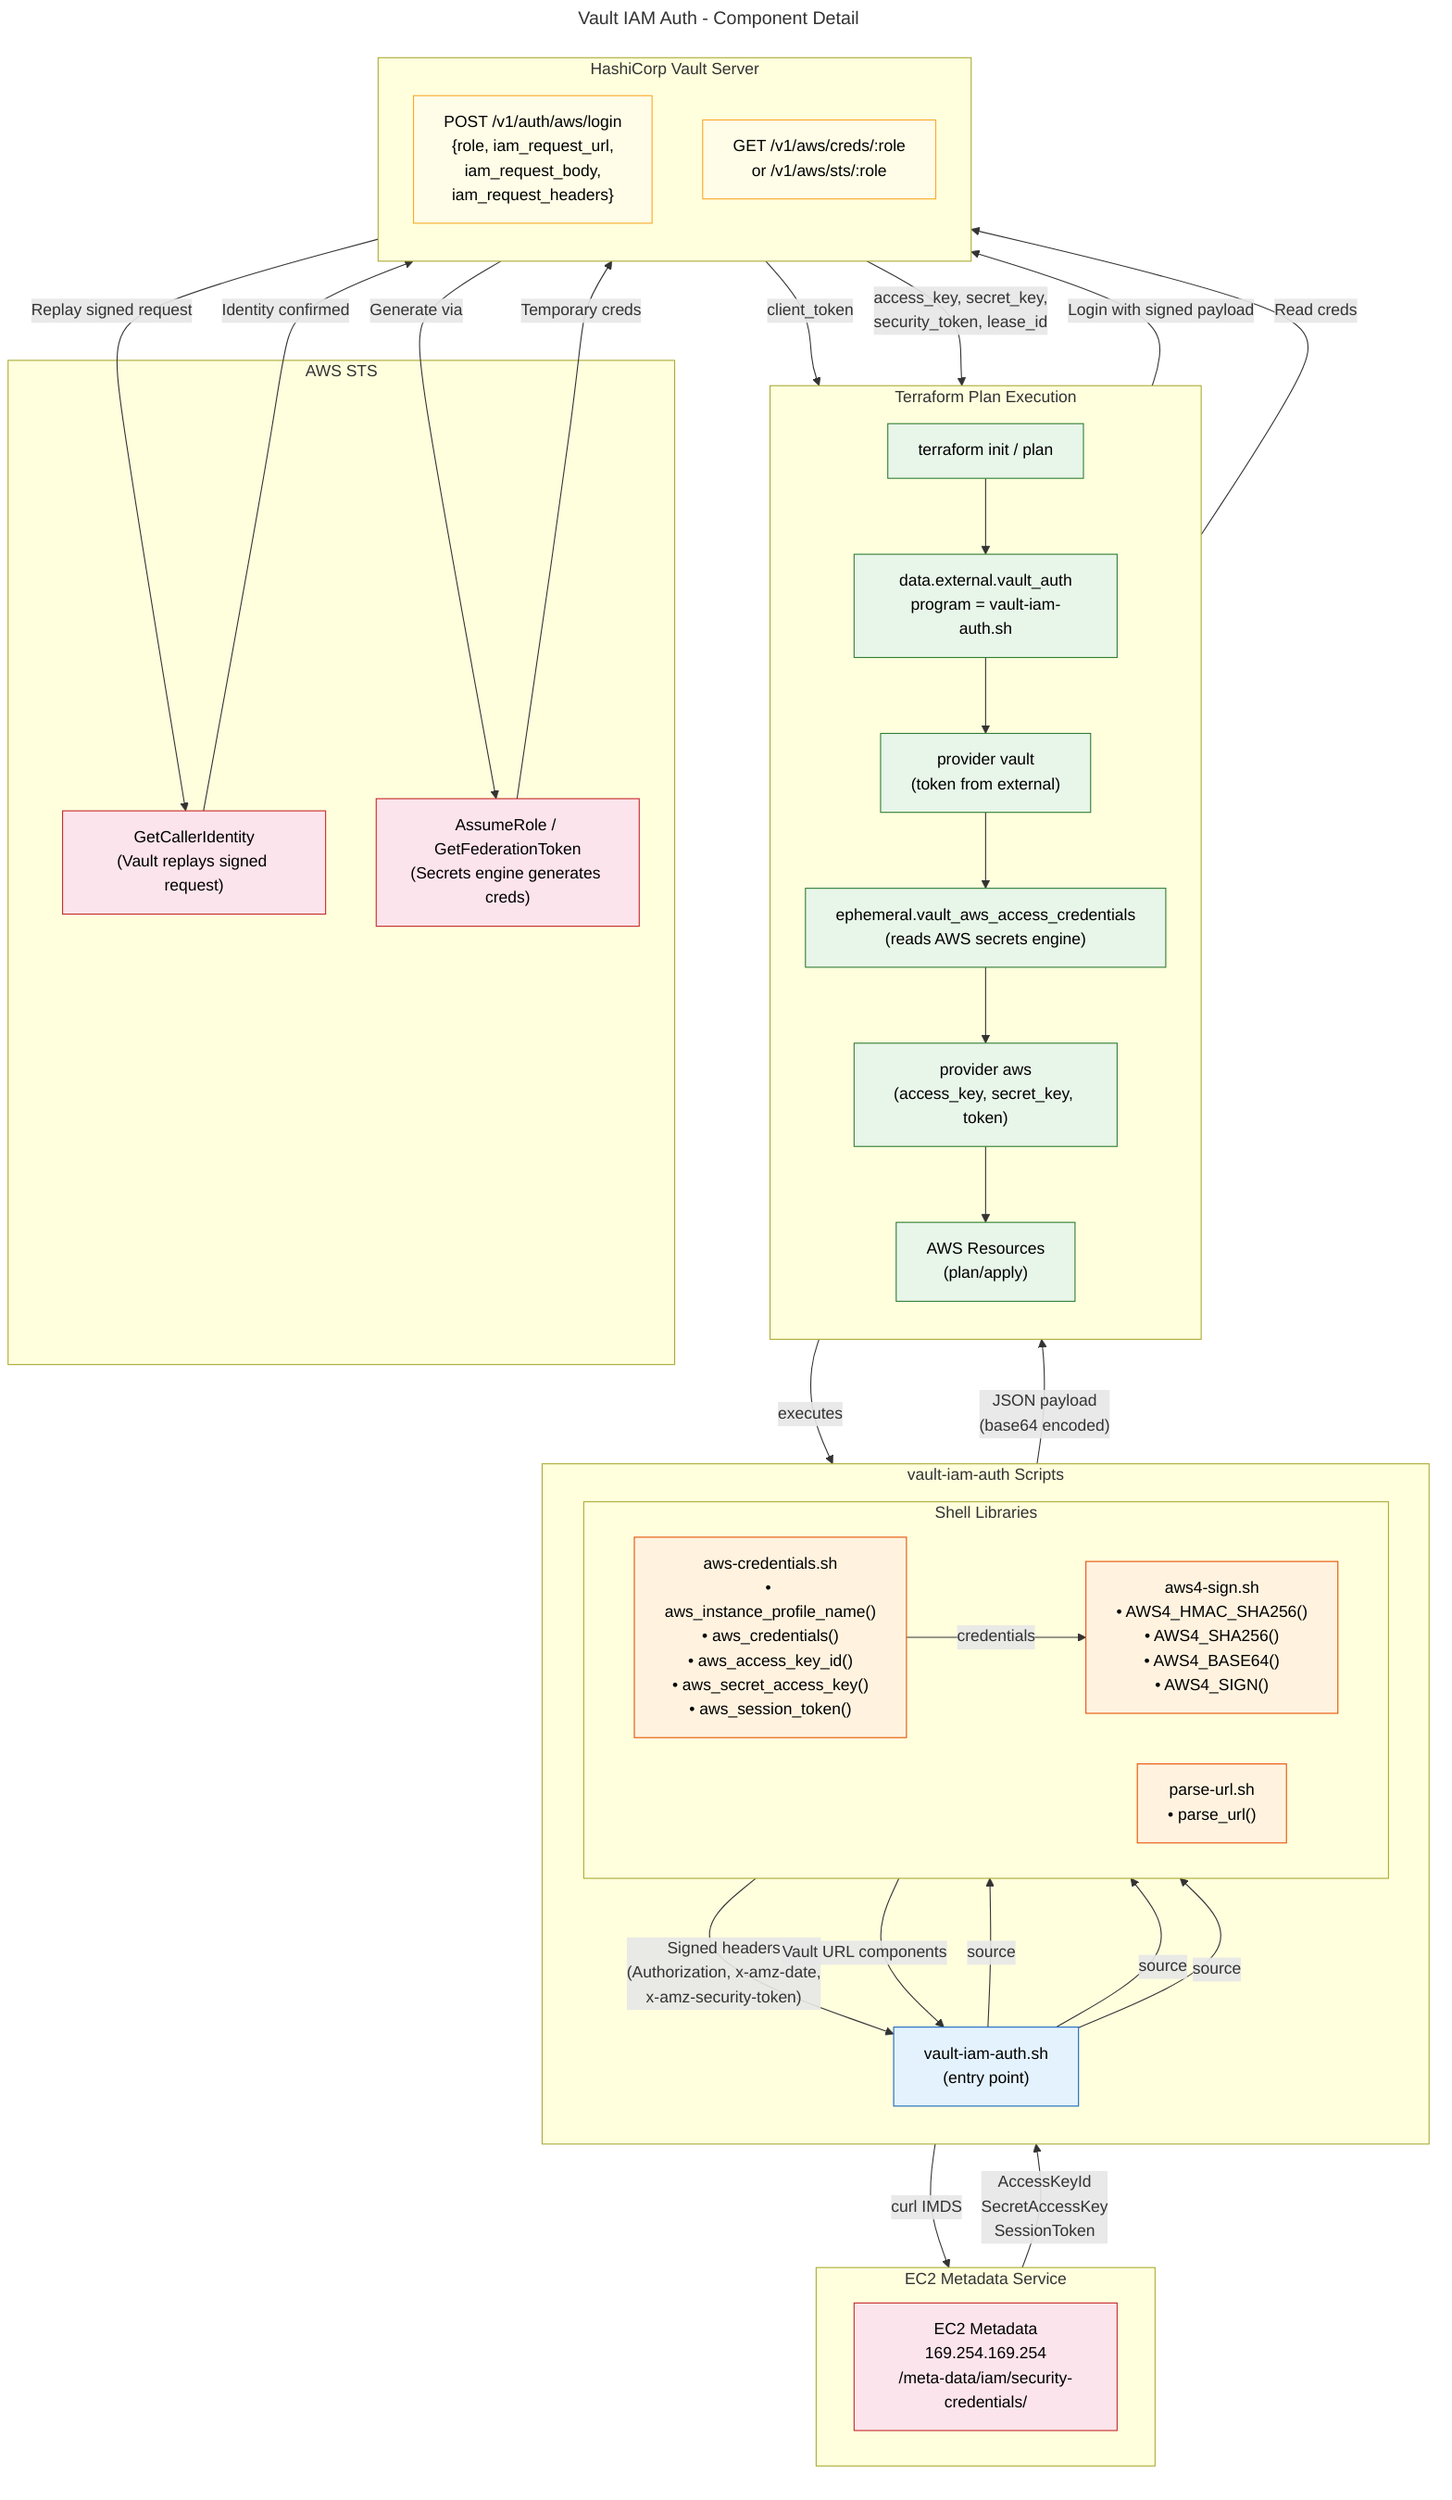
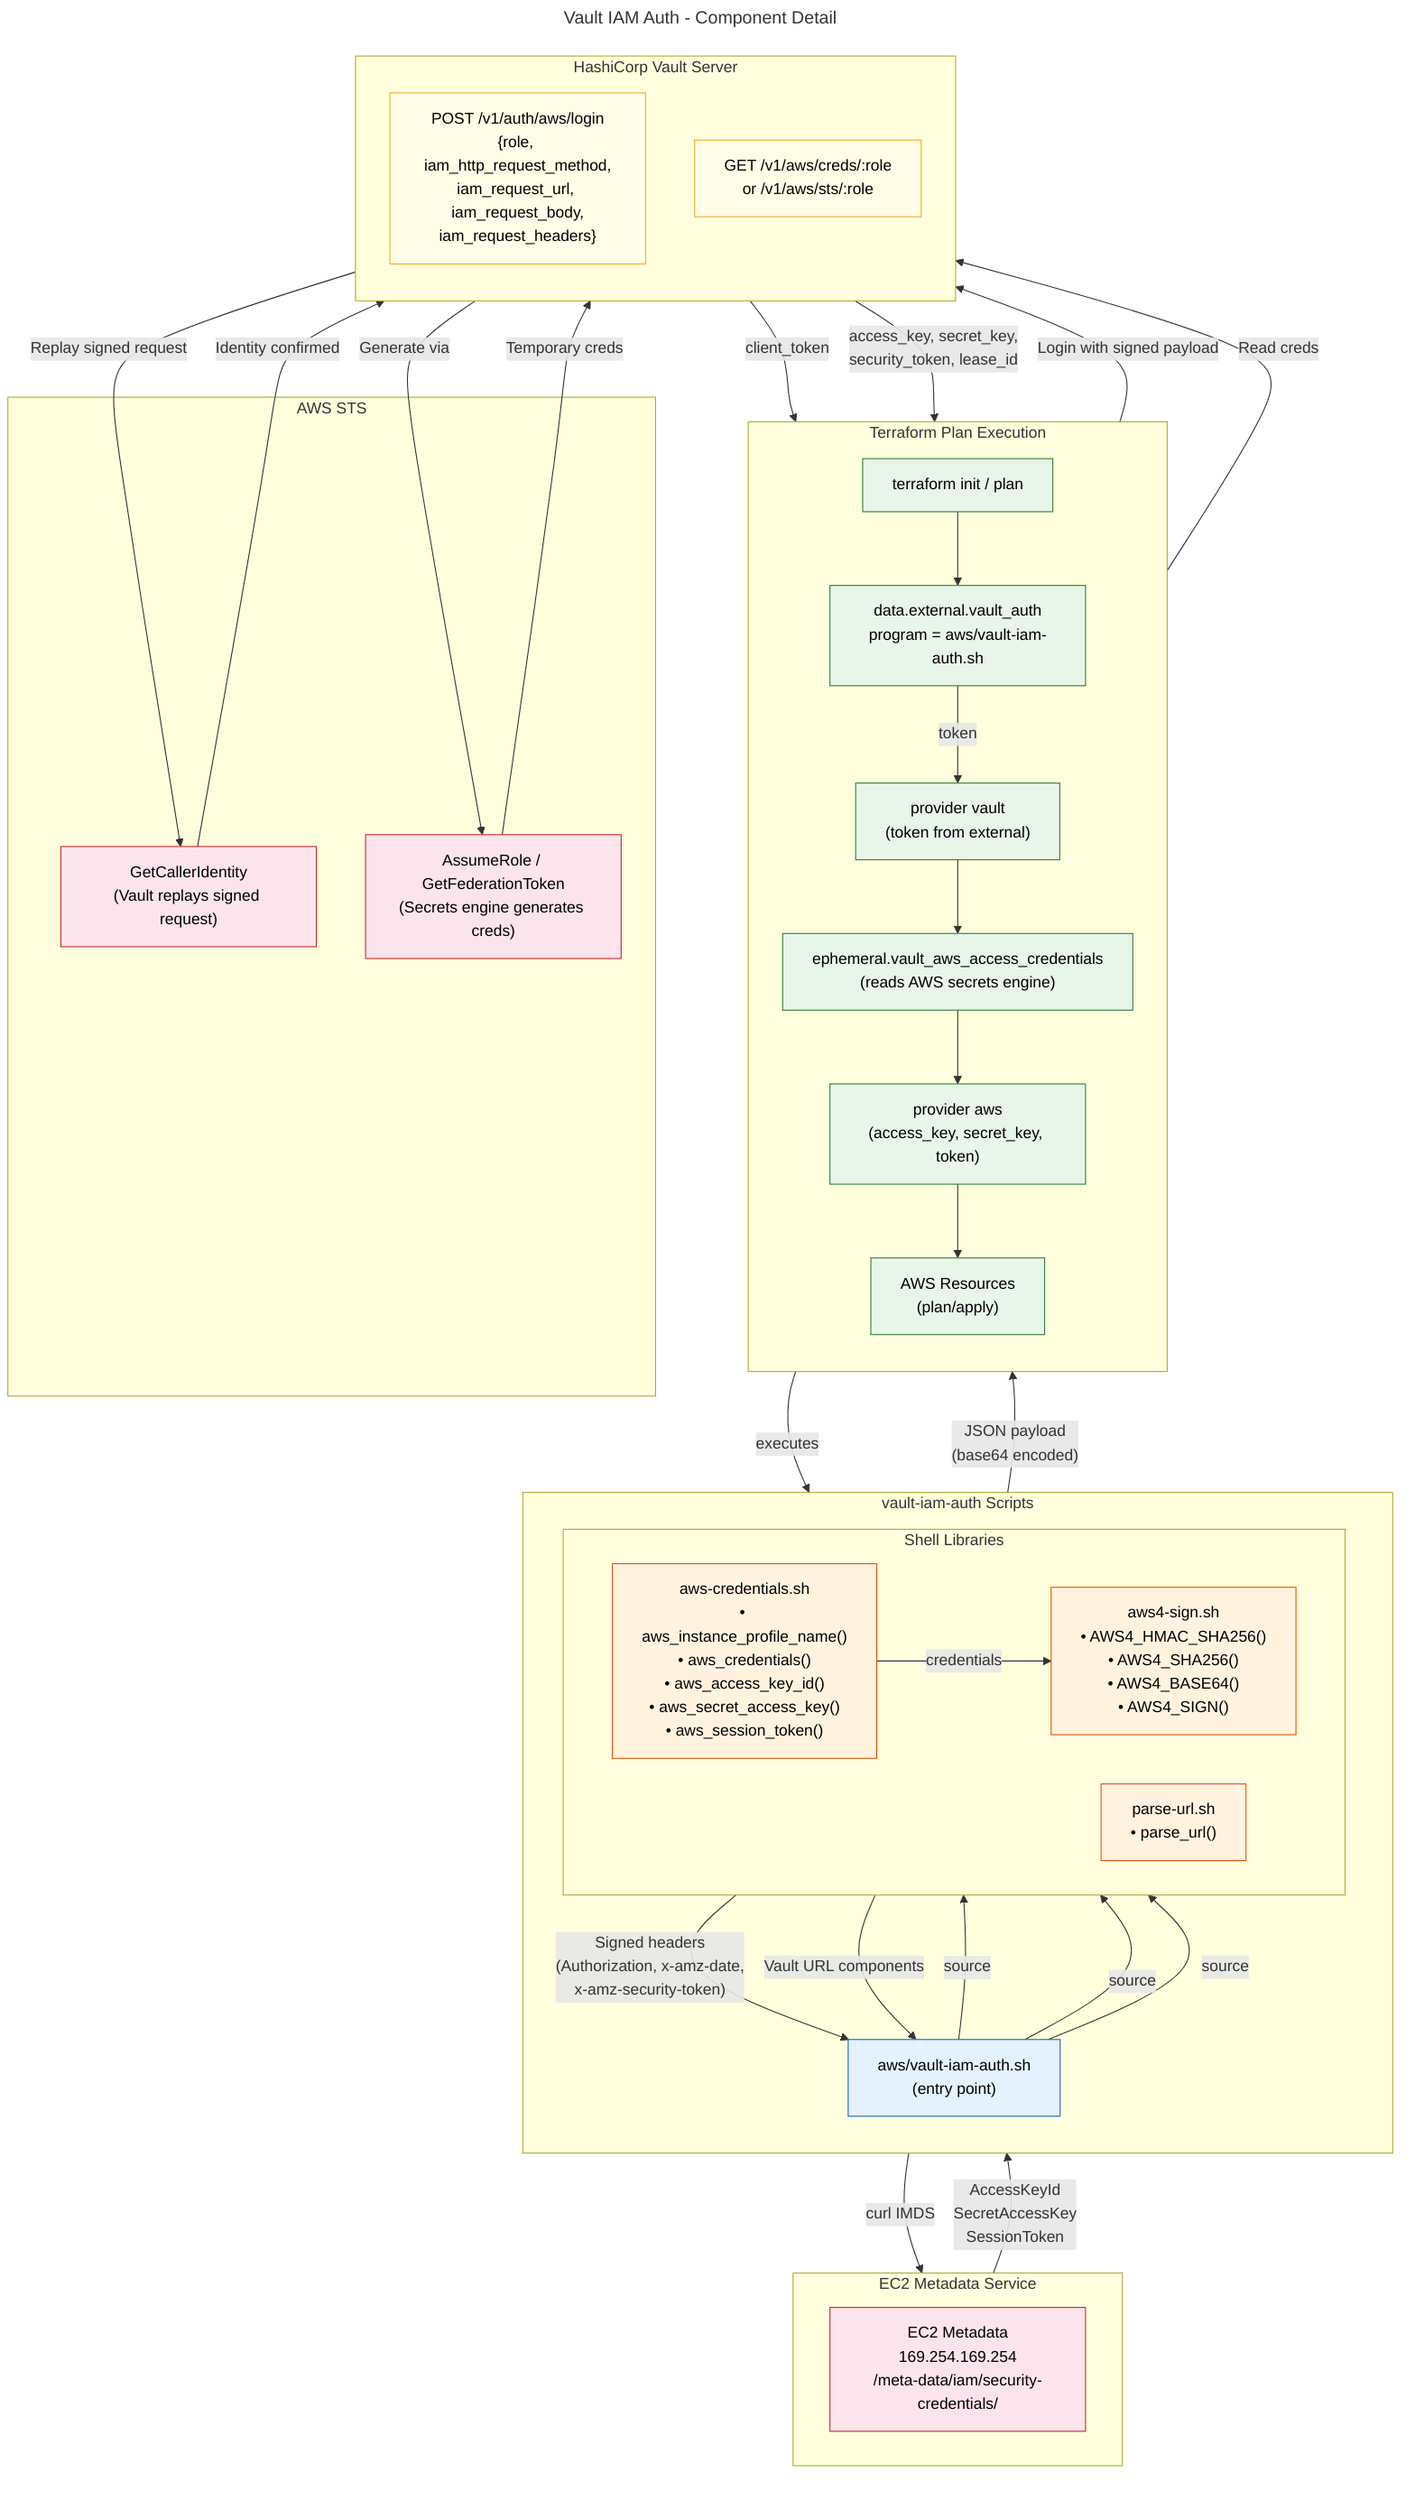
---
title: Vault IAM Auth - Component Detail
---
flowchart TB
    subgraph Terraform["Terraform Plan Execution"]
        direction TB
        INIT["terraform init / plan"]
-         EXT_DS["data.external.vault_auth<br/>program = vault-iam-auth.sh"]
+         EXT_DS["data.external.vault_auth<br/>program = aws/vault-iam-auth.sh"]
        VAULT_PROV["provider vault<br/>(token from external)"]
        EPHEM_RES["ephemeral.vault_aws_access_credentials<br/>(reads AWS secrets engine)"]
        AWS_PROV["provider aws<br/>(access_key, secret_key, token)"]
        RESOURCES["AWS Resources<br/>(plan/apply)"]
    end

    subgraph Scripts["vault-iam-auth Scripts"]
        direction TB
-         MAIN["vault-iam-auth.sh<br/>(entry point)"]
+         MAIN["aws/vault-iam-auth.sh<br/>(entry point)"]

        subgraph Libraries["Shell Libraries"]
            direction LR
            AWS_CREDS["aws-credentials.sh<br/>• aws_instance_profile_name()<br/>• aws_credentials()<br/>• aws_access_key_id()<br/>• aws_secret_access_key()<br/>• aws_session_token()"]
            AWS4["aws4-sign.sh<br/>• AWS4_HMAC_SHA256()<br/>• AWS4_SHA256()<br/>• AWS4_BASE64()<br/>• AWS4_SIGN()"]
            PARSE["parse-url.sh<br/>• parse_url()"]
        end

        MAIN -->|"source"| AWS_CREDS
        MAIN -->|"source"| AWS4
        MAIN -->|"source"| PARSE
    end

    subgraph Metadata["EC2 Metadata Service"]
        direction LR
        EC2_MD["EC2 Metadata<br/>169.254.169.254<br/>/meta-data/iam/security-credentials/"]
    end

    subgraph Vault_Server["HashiCorp Vault Server"]
        direction TB
-         V_AUTH_AWS["POST /v1/auth/aws/login<br/>{role, iam_request_url,<br/>iam_request_body,<br/>iam_request_headers}"]
+         V_AUTH_AWS["POST /v1/auth/aws/login<br/>{role, iam_http_request_method,<br/>iam_request_url, iam_request_body,<br/>iam_request_headers}"]
        V_AWS_SE["GET /v1/aws/creds/:role<br/>or /v1/aws/sts/:role"]
    end

    subgraph AWS_STS["AWS STS"]
        STS_VERIFY["GetCallerIdentity<br/>(Vault replays signed request)"]
        STS_ASSUME["AssumeRole / GetFederationToken<br/>(Secrets engine generates creds)"]
    end

    %% Terraform execution flow
    INIT --> EXT_DS
    EXT_DS -->|"executes"| MAIN
-     EXT_DS --> VAULT_PROV
+     EXT_DS -->|"token"| VAULT_PROV
    VAULT_PROV --> EPHEM_RES
    EPHEM_RES --> AWS_PROV
    AWS_PROV --> RESOURCES

    %% AWS auth internal flow
    AWS_CREDS -->|"curl IMDS"| EC2_MD
    EC2_MD -->|"AccessKeyId<br/>SecretAccessKey<br/>SessionToken"| AWS_CREDS
    AWS_CREDS -->|"credentials"| AWS4
    AWS4 -->|"Signed headers<br/>(Authorization, x-amz-date,<br/>x-amz-security-token)"| MAIN
    PARSE -->|"Vault URL components"| MAIN
    MAIN -->|"JSON payload<br/>(base64 encoded)"| EXT_DS

    %% Vault auth flow
    VAULT_PROV -->|"Login with signed payload"| V_AUTH_AWS
    V_AUTH_AWS -->|"Replay signed request"| STS_VERIFY
    STS_VERIFY -->|"Identity confirmed"| V_AUTH_AWS
    V_AUTH_AWS -->|"client_token"| VAULT_PROV

    %% Vault secrets flow
    EPHEM_RES -->|"Read creds"| V_AWS_SE
    V_AWS_SE -->|"Generate via"| STS_ASSUME
    STS_ASSUME -->|"Temporary creds"| V_AWS_SE
    V_AWS_SE -->|"access_key, secret_key,<br/>security_token, lease_id"| EPHEM_RES

    %% Styling
    classDef script fill:#E3F2FD,stroke:#1565C0,color:#000
    classDef lib fill:#FFF3E0,stroke:#E65100,color:#000
    classDef tf fill:#E8F5E9,stroke:#2E7D32,color:#000
    classDef vault fill:#FFFDE7,stroke:#F9A825,color:#000
    classDef cloud fill:#FCE4EC,stroke:#C62828,color:#000

    class MAIN script
    class AWS_CREDS,AWS4,PARSE lib
    class INIT,EXT_DS,VAULT_PROV,EPHEM_RES,AWS_PROV,RESOURCES tf
    class V_AUTH_AWS,V_AWS_SE vault
    class EC2_MD,STS_VERIFY,STS_ASSUME cloud
